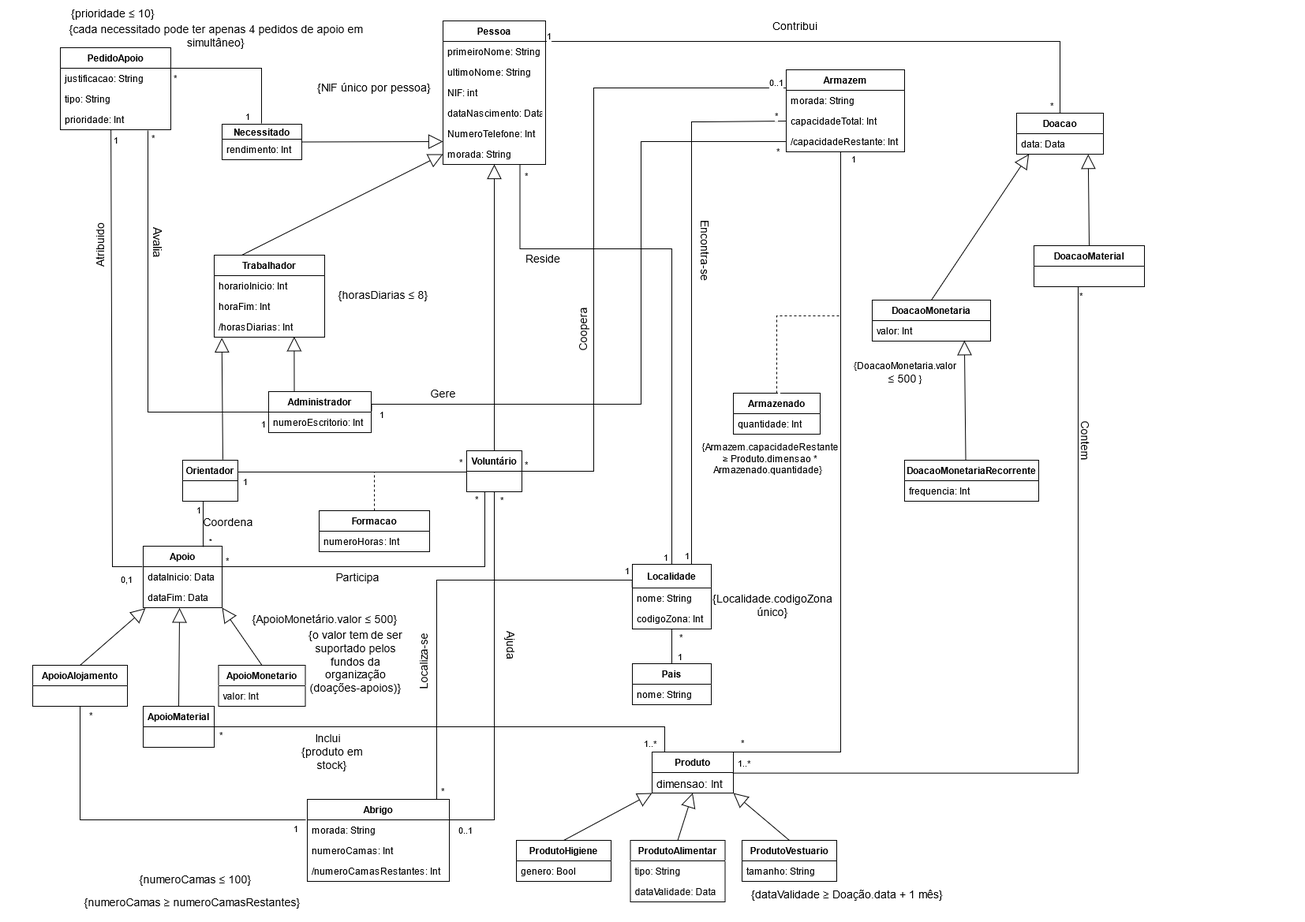
Earlier version of the draw.io export Delivery_I/diagram.png (francisco-rente/FEUP-BDAD). Source tidied: cells renumbered, new cells last; positions are measured from the earlier drawing's top-left corner, leaving out a move shared by most shapes.
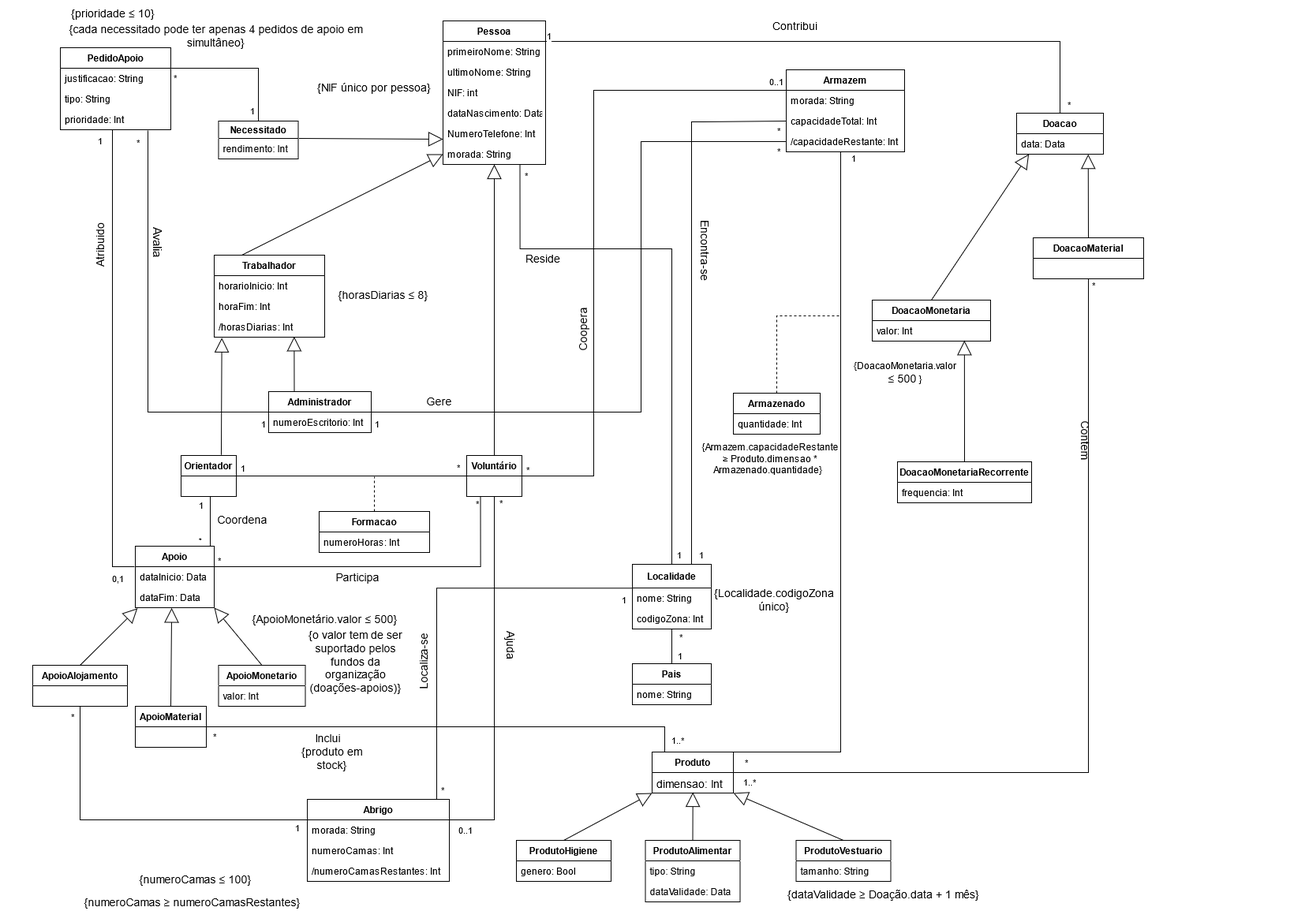
After the commit.

Change to the diagram source:
```diff
@@ -38,6 +38,6 @@
     <mxCell id="13" value="Voluntário" style="swimlane;fontStyle=1;horizontal=1;startSize=26;fillColor=none;" parent="1" vertex="1">
-      <mxGeometry x="550" y="562" width="70" height="52" as="geometry" />
+      <mxGeometry x="550" y="568" width="70" height="52" as="geometry" />
     </mxCell>
     <mxCell id="14" value="Orientador" style="swimlane;fontStyle=1;horizontal=1;startSize=26;fillColor=none;" parent="1" vertex="1">
-      <mxGeometry x="190" y="574" width="70" height="52" as="geometry" />
+      <mxGeometry x="188" y="568" width="70" height="52" as="geometry" />
     </mxCell>
@@ -56,3 +56,3 @@
     <mxCell id="19" value="Apoio" style="swimlane;fontStyle=1;horizontal=1;startSize=26;fillColor=none;" parent="1" vertex="1">
-      <mxGeometry x="140" y="683" width="100" height="78" as="geometry" />
+      <mxGeometry x="130" y="683" width="100" height="78" as="geometry" />
     </mxCell>
@@ -65,3 +65,3 @@
     <mxCell id="22" value="ApoioMaterial" style="swimlane;fontStyle=1;horizontal=1;startSize=26;fillColor=none;" parent="1" vertex="1">
-      <mxGeometry x="140" y="886" width="90" height="52" as="geometry" />
+      <mxGeometry x="130" y="886" width="90" height="52" as="geometry" />
     </mxCell>
@@ -92,3 +92,3 @@
     <mxCell id="31" value="ProdutoAlimentar" style="swimlane;fontStyle=1;horizontal=1;startSize=26;fillColor=none;" parent="1" vertex="1">
-      <mxGeometry x="757.5" y="1056" width="120" height="78" as="geometry" />
+      <mxGeometry x="776.5" y="1056" width="120" height="78" as="geometry" />
     </mxCell>
@@ -101,3 +101,3 @@
     <mxCell id="34" value="ProdutoVestuario" style="swimlane;fontStyle=1;horizontal=1;startSize=26;fillColor=none;" parent="1" vertex="1">
-      <mxGeometry x="899" y="1056" width="120" height="52" as="geometry" />
+      <mxGeometry x="967.5" y="1056" width="120" height="52" as="geometry" />
     </mxCell>
@@ -112,7 +112,7 @@
     </mxCell>
-    <mxCell id="38" value="Necessitado" style="swimlane;fontStyle=1;horizontal=1;startSize=19;fillColor=none;" parent="1" vertex="1">
-      <mxGeometry x="240" y="148" width="101" height="45" as="geometry" />
+    <mxCell id="38" value="Necessitado" style="swimlane;fontStyle=1;horizontal=1;startSize=22;fillColor=none;" parent="1" vertex="1">
+      <mxGeometry x="235.5" y="144" width="101" height="48" as="geometry" />
     </mxCell>
     <mxCell id="39" value="rendimento: Int" style="text;strokeColor=none;fillColor=none;align=left;verticalAlign=top;spacingLeft=4;spacingRight=4;overflow=hidden;points=[[0,0.5],[1,0.5]];portConstraint=eastwest;" parent="38" vertex="1">
-      <mxGeometry y="19" width="101" height="26" as="geometry" />
+      <mxGeometry y="22" width="101" height="26" as="geometry" />
     </mxCell>
@@ -137,3 +137,3 @@
     <mxCell id="46" value="DoacaoMaterial" style="swimlane;fontStyle=1;horizontal=1;startSize=26;fillColor=none;" parent="1" vertex="1">
-      <mxGeometry x="1269" y="302" width="140" height="52" as="geometry" />
+      <mxGeometry x="1268" y="292" width="140" height="52" as="geometry" />
     </mxCell>
@@ -146,3 +146,3 @@
     <mxCell id="49" value="DoacaoMonetariaRecorrente" style="swimlane;fontStyle=1;horizontal=1;startSize=26;fillColor=none;" parent="1" vertex="1">
-      <mxGeometry x="1105" y="574" width="170" height="52" as="geometry" />
+      <mxGeometry x="1096" y="576" width="170" height="52" as="geometry" />
     </mxCell>
@@ -172,5 +172,5 @@
     </mxCell>
-    <mxCell id="58" style="endArrow=block;endSize=16;endFill=0;html=1;exitX=1;exitY=0.5;exitDx=0;exitDy=0;rounded=0;" parent="1" edge="1" source="38">
-      <mxGeometry x="41" y="26" as="geometry">
-        <mxPoint x="520" y="170" as="targetPoint" />
+    <mxCell id="58" style="endArrow=block;endSize=16;endFill=0;html=1;rounded=0;exitX=1.006;exitY=0;exitDx=0;exitDy=0;exitPerimeter=0;" parent="1" edge="1" source="39">
+      <mxGeometry x="40.5" y="23" as="geometry">
+        <mxPoint x="520" y="167" as="targetPoint" />
       </mxGeometry>
@@ -183,4 +183,4 @@
     </mxCell>
-    <mxCell id="61" style="endArrow=block;endSize=16;endFill=0;html=1;entryX=0.5;entryY=1;entryDx=0;entryDy=0;exitX=0.5;exitY=0;exitDx=0;exitDy=0;rounded=0;" parent="1" edge="1" source="31" target="29">
-      <mxGeometry x="41" y="26" as="geometry" />
+    <mxCell id="61" style="endArrow=block;endSize=16;endFill=0;html=1;exitX=0.5;exitY=0;exitDx=0;exitDy=0;rounded=0;entryX=0.502;entryY=0.962;entryDx=0;entryDy=0;entryPerimeter=0;" parent="1" edge="1" source="31" target="30">
+      <mxGeometry x="52.5" y="28" as="geometry" />
     </mxCell>
@@ -195,3 +195,3 @@
     </mxCell>
-    <mxCell id="65" style="endArrow=block;endSize=16;endFill=0;html=1;exitX=0.456;exitY=0;exitDx=0;exitDy=0;exitPerimeter=0;entryX=0.779;entryY=0.974;entryDx=0;entryDy=0;entryPerimeter=0;rounded=0;" parent="1" edge="1" source="49" target="48">
+    <mxCell id="65" style="endArrow=block;endSize=16;endFill=0;html=1;entryX=0.779;entryY=0.974;entryDx=0;entryDy=0;entryPerimeter=0;rounded=0;exitX=0.5;exitY=0;exitDx=0;exitDy=0;" parent="1" edge="1" source="49" target="48">
       <mxGeometry x="41" y="26" as="geometry" />
@@ -224,3 +224,3 @@
       <mxGeometry x="1" relative="1" as="geometry">
-        <mxPoint x="37.8" y="-4" as="offset" />
+        <mxPoint x="42.7" y="21" as="offset" />
       </mxGeometry>
@@ -243,3 +243,3 @@
       <mxGeometry x="1" relative="1" as="geometry">
-        <mxPoint x="-9.9" y="-3" as="offset" />
+        <mxPoint x="13" y="-3" as="offset" />
       </mxGeometry>
@@ -249,3 +249,3 @@
         <Array as="points">
-          <mxPoint x="260" y="589" />
+          <mxPoint x="550" y="594" />
         </Array>
@@ -255,3 +255,3 @@
       <mxGeometry x="-1" relative="1" as="geometry">
-        <mxPoint x="5" y="8" as="offset" />
+        <mxPoint x="4" y="-2" as="offset" />
       </mxGeometry>
@@ -260,12 +260,9 @@
       <mxGeometry x="1" relative="1" as="geometry">
-        <mxPoint x="-7" y="8.2" as="offset" />
+        <mxPoint x="-9" y="10.8" as="offset" />
       </mxGeometry>
     </mxCell>
-    <mxCell id="79" style="endArrow=none;html=1;edgeStyle=orthogonalEdgeStyle;strokeColor=#000000;entryX=0.4;entryY=0;entryDx=0;entryDy=0;entryPerimeter=0;exitX=0;exitY=1;exitDx=0;exitDy=0;rounded=0;" parent="1" edge="1">
+    <mxCell id="79" style="endArrow=none;html=1;edgeStyle=orthogonalEdgeStyle;strokeColor=#000000;exitX=0.5;exitY=1;exitDx=0;exitDy=0;rounded=0;entryX=0.75;entryY=0;entryDx=0;entryDy=0;" parent="1" edge="1" source="14" target="19">
       <mxGeometry x="41" y="26" as="geometry">
-        <mxPoint x="216" y="626" as="sourcePoint" />
-        <mxPoint x="216" y="684" as="targetPoint" />
         <Array as="points">
-          <mxPoint x="216" y="644" />
-          <mxPoint x="216" y="644" />
+          <mxPoint x="225" y="683" />
         </Array>
@@ -275,3 +272,3 @@
       <mxGeometry x="-1" relative="1" as="geometry">
-        <mxPoint x="-10" y="18" as="offset" />
+        <mxPoint x="-14" y="19" as="offset" />
       </mxGeometry>
@@ -283,3 +280,3 @@
     </mxCell>
-    <mxCell id="82" style="endArrow=none;html=1;edgeStyle=orthogonalEdgeStyle;strokeColor=#000000;entryX=-0.011;entryY=0.25;entryDx=0;entryDy=0;rounded=0;exitX=0.5;exitY=1;exitDx=0;exitDy=0;entryPerimeter=0;" parent="1" edge="1" source="56" target="25">
+    <mxCell id="82" style="endArrow=none;html=1;edgeStyle=orthogonalEdgeStyle;strokeColor=#000000;entryX=0;entryY=0.25;entryDx=0;entryDy=0;rounded=0;exitX=0.5;exitY=1;exitDx=0;exitDy=0;" parent="1" edge="1" source="56" target="25">
       <mxGeometry x="41" y="26" as="geometry">
@@ -292,3 +289,3 @@
       <mxGeometry x="-1" relative="1" as="geometry">
-        <mxPoint x="10" y="18" as="offset" />
+        <mxPoint x="-13" y="21" as="offset" />
       </mxGeometry>
@@ -313,5 +310,4 @@
     </mxCell>
-    <mxCell id="88" style="endArrow=none;html=1;edgeStyle=orthogonalEdgeStyle;strokeColor=#000000;rounded=0;" parent="1" edge="1">
+    <mxCell id="88" style="endArrow=none;html=1;edgeStyle=orthogonalEdgeStyle;strokeColor=#000000;rounded=0;exitX=1;exitY=0.5;exitDx=0;exitDy=0;" parent="1" edge="1" source="22">
       <mxGeometry x="41" y="26" as="geometry">
-        <mxPoint x="230" y="904" as="sourcePoint" />
         <mxPoint x="801" y="944" as="targetPoint" />
@@ -324,3 +320,3 @@
       <mxGeometry x="-1" relative="1" as="geometry">
-        <mxPoint x="5" y="25" as="offset" />
+        <mxPoint x="7" y="20" as="offset" />
       </mxGeometry>
@@ -329,3 +325,3 @@
       <mxGeometry x="1" relative="1" as="geometry">
-        <mxPoint x="-12" y="-2.8" as="offset" />
+        <mxPoint x="24" y="-8" as="offset" />
       </mxGeometry>
@@ -335,4 +331,4 @@
         <Array as="points">
-          <mxPoint x="711" y="588" />
-          <mxPoint x="711" y="102" />
+          <mxPoint x="711" y="594" />
+          <mxPoint x="711" y="105" />
         </Array>
@@ -342,3 +338,3 @@
       <mxGeometry x="-1" relative="1" as="geometry">
-        <mxPoint x="2" y="-2" as="offset" />
+        <mxPoint x="4" as="offset" />
       </mxGeometry>
@@ -371,3 +367,3 @@
     <mxCell id="98" value="&lt;font style=&quot;font-size: 14px&quot;&gt;{dataValidade ≥ Doação.data + 1 mês}&lt;/font&gt;" style="text;html=1;strokeColor=none;fillColor=none;align=center;verticalAlign=middle;whiteSpace=wrap;rounded=0;" parent="1" vertex="1">
-      <mxGeometry x="886" y="1114" width="293" height="20" as="geometry" />
+      <mxGeometry x="932" y="1114" width="293" height="20" as="geometry" />
     </mxCell>
@@ -386,3 +382,3 @@
     <mxCell id="103" value="Formacao" style="swimlane;fontStyle=1;horizontal=1;startSize=26;fillColor=none;" parent="1" vertex="1">
-      <mxGeometry x="363" y="638" width="140" height="52" as="geometry" />
+      <mxGeometry x="363" y="639" width="140" height="52" as="geometry" />
     </mxCell>
@@ -391,3 +387,3 @@
     </mxCell>
-    <mxCell id="105" style="endArrow=none;html=1;edgeStyle=orthogonalEdgeStyle;strokeColor=#000000;rounded=0;entryX=-0.01;entryY=0;entryDx=0;entryDy=0;entryPerimeter=0;exitX=0.458;exitY=0.994;exitDx=0;exitDy=0;exitPerimeter=0;" parent="1" edge="1" source="124" target="20">
+    <mxCell id="105" style="endArrow=none;html=1;edgeStyle=orthogonalEdgeStyle;strokeColor=#000000;rounded=0;entryX=-0.01;entryY=0;entryDx=0;entryDy=0;entryPerimeter=0;" parent="1" edge="1" source="124" target="20">
       <mxGeometry x="50" y="35" as="geometry">
@@ -400,3 +396,3 @@
       <mxGeometry x="-1" relative="1" as="geometry">
-        <mxPoint x="1.7" y="20.5" as="offset" />
+        <mxPoint x="-20" y="22" as="offset" />
       </mxGeometry>
@@ -411,8 +407,6 @@
     </mxCell>
-    <mxCell id="109" style="endArrow=none;html=1;edgeStyle=orthogonalEdgeStyle;rounded=0;exitX=0.5;exitY=1;exitDx=0;exitDy=0;entryX=0.99;entryY=0.026;entryDx=0;entryDy=0;entryPerimeter=0;" parent="1" edge="1" target="30">
+    <mxCell id="109" style="endArrow=none;html=1;edgeStyle=orthogonalEdgeStyle;rounded=0;entryX=1;entryY=0.5;entryDx=0;entryDy=0;exitX=0.5;exitY=1;exitDx=0;exitDy=0;" parent="1" edge="1" source="46" target="29">
       <mxGeometry x="36" y="26" as="geometry">
-        <mxPoint x="1334" y="354" as="sourcePoint" />
         <Array as="points">
-          <mxPoint x="1325" y="354" />
-          <mxPoint x="1325" y="971" />
+          <mxPoint x="1338" y="970" />
         </Array>
@@ -422,3 +416,3 @@
       <mxGeometry x="-1" relative="1" as="geometry">
-        <mxPoint x="-9" y="18" as="offset" />
+        <mxPoint x="3" y="16" as="offset" />
       </mxGeometry>
@@ -427,3 +421,3 @@
       <mxGeometry x="1" relative="1" as="geometry">
-        <mxPoint x="22.7" y="-4.7" as="offset" />
+        <mxPoint x="28" y="20" as="offset" />
       </mxGeometry>
@@ -448,6 +442,6 @@
       <mxGeometry relative="1" as="geometry">
-        <mxPoint x="240" y="742" as="sourcePoint" />
+        <mxPoint x="252" y="709" as="sourcePoint" />
         <Array as="points">
-          <mxPoint x="240" y="709" />
-          <mxPoint x="573" y="709" />
+          <mxPoint x="230" y="709" />
+          <mxPoint x="568" y="709" />
         </Array>
@@ -457,3 +451,3 @@
       <mxGeometry x="-1" relative="1" as="geometry">
-        <mxPoint x="3" y="-33.5" as="offset" />
+        <mxPoint x="-19" as="offset" />
       </mxGeometry>
@@ -480,3 +474,3 @@
       <mxGeometry x="1" relative="1" as="geometry">
-        <mxPoint x="-6" y="-1.7" as="offset" />
+        <mxPoint x="12" y="-4.9" as="offset" />
       </mxGeometry>
@@ -498,4 +492,3 @@
         <Array as="points">
-          <mxPoint x="290" y="77" />
-          <mxPoint x="290" y="147" />
+          <mxPoint x="286" y="77" />
         </Array>
@@ -510,3 +503,3 @@
       <mxGeometry x="1" relative="1" as="geometry">
-        <mxPoint x="-16.2" y="-2.1" as="offset" />
+        <mxPoint x="-5" y="-5.2" as="offset" />
       </mxGeometry>
@@ -529,3 +522,3 @@
       <mxGeometry x="-1" relative="1" as="geometry">
-        <mxPoint x="-16" as="offset" />
+        <mxPoint x="-13" y="20" as="offset" />
       </mxGeometry>
@@ -534,3 +527,3 @@
       <mxGeometry x="1" relative="1" as="geometry">
-        <mxPoint x="-4" y="-2" as="offset" />
+        <mxPoint x="15" y="-5.3" as="offset" />
       </mxGeometry>
@@ -540,3 +533,3 @@
         <Array as="points">
-          <mxPoint x="512" y="726" />
+          <mxPoint x="512" y="736" />
         </Array>
@@ -551,8 +544,9 @@
       <mxGeometry x="1" relative="1" as="geometry">
-        <mxPoint x="-3.8" y="-13.3" as="offset" />
+        <mxPoint x="-7.8" y="22.8" as="offset" />
       </mxGeometry>
     </mxCell>
-    <mxCell id="136" style="endArrow=none;html=1;edgeStyle=orthogonalEdgeStyle;rounded=0;dashed=1;exitX=0.5;exitY=0;exitDx=0;exitDy=0;" parent="1" edge="1" source="103">
+    <mxCell id="136" style="endArrow=none;html=1;edgeStyle=orthogonalEdgeStyle;rounded=0;dashed=1;" parent="1" edge="1">
       <mxGeometry relative="1" as="geometry">
-        <mxPoint x="433" y="589" as="targetPoint" />
+        <mxPoint x="433" y="639" as="sourcePoint" />
+        <mxPoint x="433" y="595" as="targetPoint" />
         <Array as="points">
@@ -571,3 +565,3 @@
       <mxGeometry x="-1" relative="1" as="geometry">
-        <mxPoint x="3" y="17" as="offset" />
+        <mxPoint x="-16" y="23" as="offset" />
       </mxGeometry>
@@ -579,7 +573,6 @@
     </mxCell>
-    <mxCell id="140" style="endArrow=none;html=1;edgeStyle=orthogonalEdgeStyle;exitX=1.003;exitY=-0.027;exitDx=0;exitDy=0;exitPerimeter=0;rounded=0;entryX=0;entryY=0.5;entryDx=0;entryDy=0;" parent="1" edge="1" source="41" target="18">
+    <mxCell id="140" style="endArrow=none;html=1;edgeStyle=orthogonalEdgeStyle;rounded=0;entryX=0;entryY=0.5;entryDx=0;entryDy=0;verticalAlign=middle;exitX=1;exitY=0.5;exitDx=0;exitDy=0;" parent="1" edge="1" source="40" target="18">
       <mxGeometry relative="1" as="geometry">
         <Array as="points">
-          <mxPoint x="429" y="503" />
-          <mxPoint x="771" y="503" />
+          <mxPoint x="771" y="513" />
           <mxPoint x="771" y="170" />
@@ -590,3 +583,3 @@
       <mxGeometry x="-1" relative="1" as="geometry">
-        <mxPoint x="8.6" y="11.7" as="offset" />
+        <mxPoint x="2.6" y="22.7" as="offset" />
       </mxGeometry>
@@ -599,3 +592,3 @@
     <mxCell id="143" value="&lt;font style=&quot;font-size: 14px&quot;&gt;Gere&lt;/font&gt;" style="text;html=1;strokeColor=none;fillColor=none;align=center;verticalAlign=middle;whiteSpace=wrap;rounded=0;" parent="1" vertex="1">
-      <mxGeometry x="486" y="479" width="69" height="20" as="geometry" />
+      <mxGeometry x="481" y="489" width="69" height="20" as="geometry" />
     </mxCell>
@@ -611,3 +604,3 @@
     <mxCell id="147" value="Coordena" style="text;html=1;strokeColor=none;fillColor=none;align=center;verticalAlign=middle;whiteSpace=wrap;rounded=0;fontSize=14;" parent="1" vertex="1">
-      <mxGeometry x="228" y="642" width="40" height="20" as="geometry" />
+      <mxGeometry x="246" y="639" width="40" height="20" as="geometry" />
     </mxCell>
@@ -647,3 +640,3 @@
     <mxCell id="159" value="{Localidade.codigoZona único}" style="text;html=1;strokeColor=none;fillColor=none;align=center;verticalAlign=middle;whiteSpace=wrap;rounded=0;fontSize=14;" parent="1" vertex="1">
-      <mxGeometry x="918" y="748" width="40" height="20" as="geometry" />
+      <mxGeometry x="920" y="741" width="40" height="20" as="geometry" />
     </mxCell>
```
